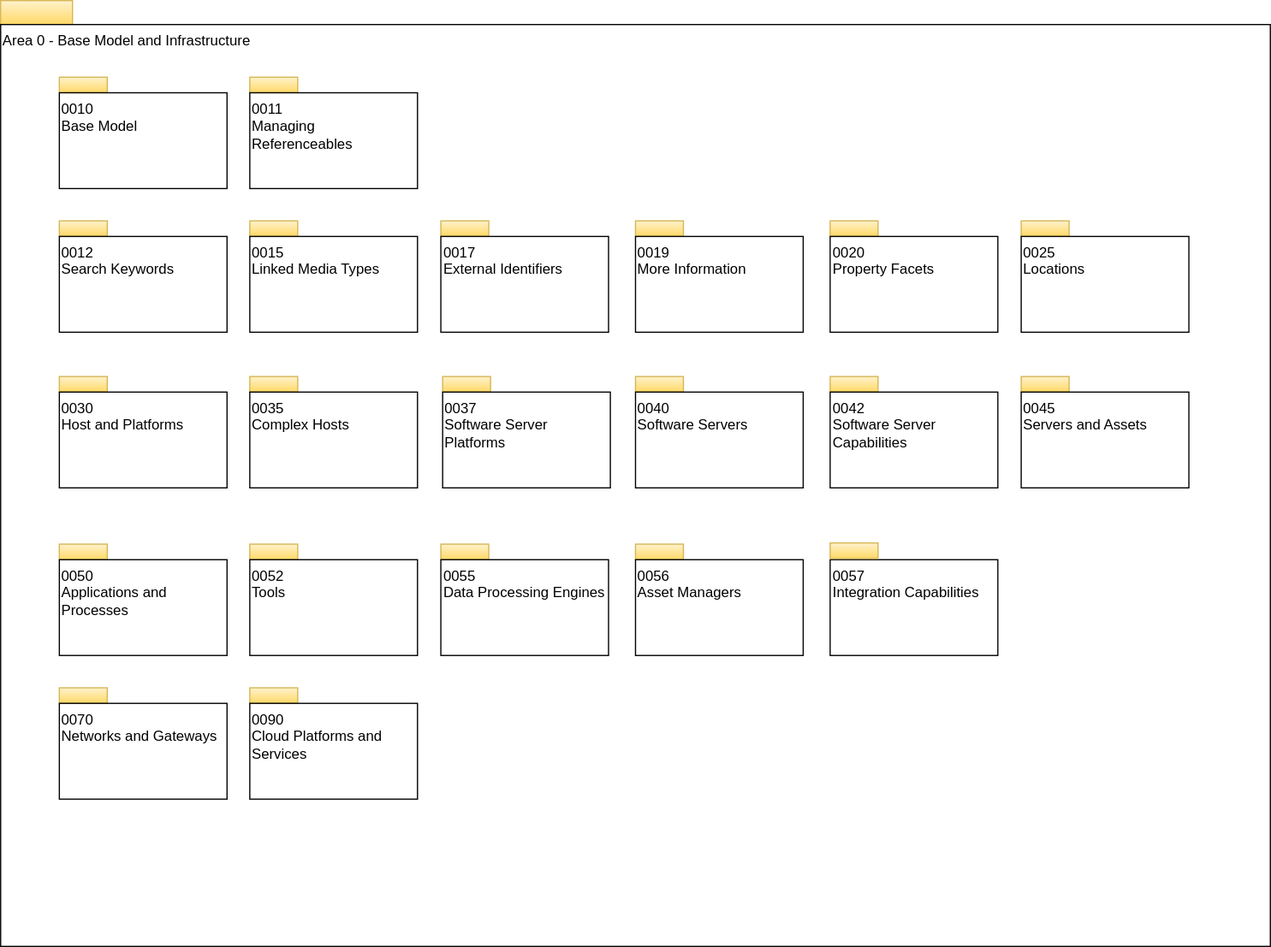
Above: site/docs/types/0/area-0-basic-types-and-infrastructure-overview.svg in odpi/egeria-docs (draw.io), before the change. Source tidied: cells renumbered, new cells last; positions are measured from the earlier drawing's top-left corner, leaving out a move shared by most shapes.
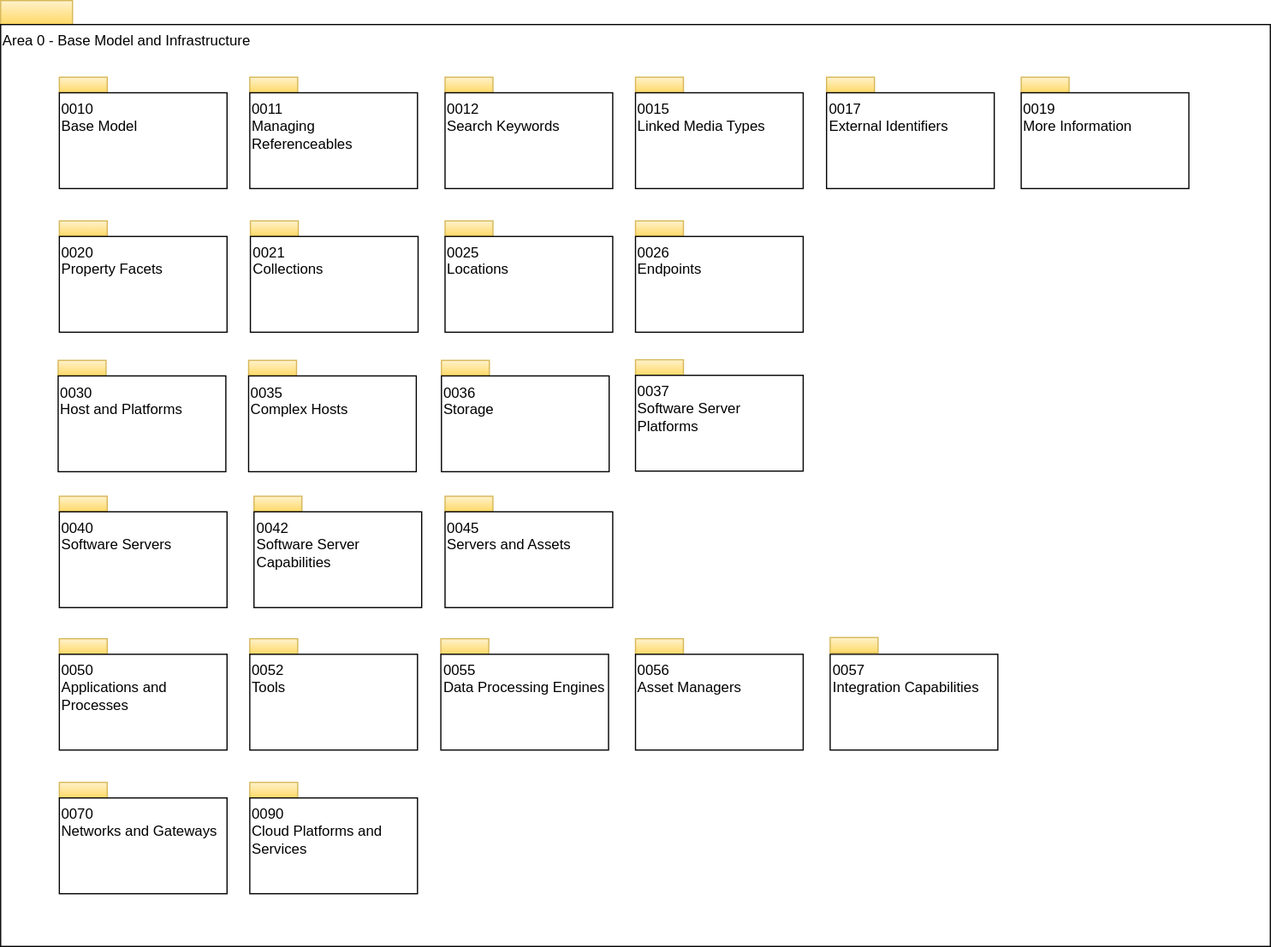
After the change.

What changed in the source:
```diff
@@ -9,112 +9,112 @@
       <mxGeometry y="20" width="1060" height="770" as="geometry" />
     </mxCell>
     <mxCell id="4" style="rounded=0;whiteSpace=wrap;html=1;align=left;fillColor=#fff2cc;strokeColor=#d6b656;gradientColor=#ffd966;" parent="1" vertex="1">
-      <mxGeometry x="49" y="184" width="40" height="13" as="geometry" />
+      <mxGeometry x="371" y="64" width="40" height="13" as="geometry" />
     </mxCell>
     <mxCell id="5" value="0012&lt;br&gt;Search Keywords" style="rounded=0;whiteSpace=wrap;html=1;align=left;verticalAlign=top;" parent="1" vertex="1">
-      <mxGeometry x="49" y="197" width="140" height="80" as="geometry" />
+      <mxGeometry x="371" y="77" width="140" height="80" as="geometry" />
     </mxCell>
     <mxCell id="6" style="rounded=0;whiteSpace=wrap;html=1;align=left;fillColor=#fff2cc;strokeColor=#d6b656;gradientColor=#ffd966;" parent="1" vertex="1">
-      <mxGeometry x="208" y="184" width="40" height="13" as="geometry" />
+      <mxGeometry x="530" y="64" width="40" height="13" as="geometry" />
     </mxCell>
     <mxCell id="7" value="0015&lt;br&gt;Linked Media Types" style="rounded=0;whiteSpace=wrap;html=1;align=left;verticalAlign=top;" parent="1" vertex="1">
-      <mxGeometry x="208" y="197" width="140" height="80" as="geometry" />
+      <mxGeometry x="530" y="77" width="140" height="80" as="geometry" />
     </mxCell>
     <mxCell id="8" style="rounded=0;whiteSpace=wrap;html=1;align=left;fillColor=#fff2cc;strokeColor=#d6b656;gradientColor=#ffd966;" parent="1" vertex="1">
-      <mxGeometry x="367.5" y="184" width="40" height="13" as="geometry" />
+      <mxGeometry x="689.5" y="64" width="40" height="13" as="geometry" />
     </mxCell>
     <mxCell id="9" value="0017&lt;br&gt;External Identifiers&lt;br&gt;" style="rounded=0;whiteSpace=wrap;html=1;align=left;verticalAlign=top;" parent="1" vertex="1">
-      <mxGeometry x="367.5" y="197" width="140" height="80" as="geometry" />
+      <mxGeometry x="689.5" y="77" width="140" height="80" as="geometry" />
     </mxCell>
     <mxCell id="10" style="rounded=0;whiteSpace=wrap;html=1;align=left;fillColor=#fff2cc;strokeColor=#d6b656;gradientColor=#ffd966;" parent="1" vertex="1">
-      <mxGeometry x="692.5" y="184" width="40" height="13" as="geometry" />
+      <mxGeometry x="49" y="184" width="40" height="13" as="geometry" />
     </mxCell>
     <mxCell id="11" value="0020&lt;br&gt;Property Facets&lt;br&gt;" style="rounded=0;whiteSpace=wrap;html=1;align=left;verticalAlign=top;" parent="1" vertex="1">
-      <mxGeometry x="692.5" y="197" width="140" height="80" as="geometry" />
+      <mxGeometry x="49" y="197" width="140" height="80" as="geometry" />
     </mxCell>
     <mxCell id="12" style="rounded=0;whiteSpace=wrap;html=1;align=left;fillColor=#fff2cc;strokeColor=#d6b656;gradientColor=#ffd966;" parent="1" vertex="1">
-      <mxGeometry x="852" y="184" width="40" height="13" as="geometry" />
+      <mxGeometry x="208.5" y="184" width="40" height="13" as="geometry" />
     </mxCell>
-    <mxCell id="13" value="0025&lt;br&gt;Locations&lt;br&gt;" style="rounded=0;whiteSpace=wrap;html=1;align=left;verticalAlign=top;" parent="1" vertex="1">
-      <mxGeometry x="852" y="197" width="140" height="80" as="geometry" />
+    <mxCell id="13" value="0021&lt;br&gt;Collections" style="rounded=0;whiteSpace=wrap;html=1;align=left;verticalAlign=top;" parent="1" vertex="1">
+      <mxGeometry x="208.5" y="197" width="140" height="80" as="geometry" />
     </mxCell>
     <mxCell id="14" style="rounded=0;whiteSpace=wrap;html=1;align=left;fillColor=#fff2cc;strokeColor=#d6b656;gradientColor=#ffd966;" parent="1" vertex="1">
-      <mxGeometry x="49" y="314" width="40" height="13" as="geometry" />
+      <mxGeometry x="48" y="300.5" width="40" height="13" as="geometry" />
     </mxCell>
     <mxCell id="15" value="0030&lt;br&gt;Host and Platforms&lt;br&gt;" style="rounded=0;whiteSpace=wrap;html=1;align=left;verticalAlign=top;" parent="1" vertex="1">
-      <mxGeometry x="49" y="327" width="140" height="80" as="geometry" />
+      <mxGeometry x="48" y="313.5" width="140" height="80" as="geometry" />
     </mxCell>
     <mxCell id="16" style="rounded=0;whiteSpace=wrap;html=1;align=left;fillColor=#fff2cc;strokeColor=#d6b656;gradientColor=#ffd966;" parent="1" vertex="1">
-      <mxGeometry x="208" y="314" width="40" height="13" as="geometry" />
+      <mxGeometry x="207" y="300.5" width="40" height="13" as="geometry" />
     </mxCell>
     <mxCell id="17" value="0035&lt;br&gt;Complex Hosts&lt;br&gt;" style="rounded=0;whiteSpace=wrap;html=1;align=left;verticalAlign=top;" parent="1" vertex="1">
-      <mxGeometry x="208" y="327" width="140" height="80" as="geometry" />
+      <mxGeometry x="207" y="313.5" width="140" height="80" as="geometry" />
     </mxCell>
     <mxCell id="18" style="rounded=0;whiteSpace=wrap;html=1;align=left;fillColor=#fff2cc;strokeColor=#d6b656;gradientColor=#ffd966;" parent="1" vertex="1">
-      <mxGeometry x="530" y="314" width="40" height="13" as="geometry" />
+      <mxGeometry x="49" y="414" width="40" height="13" as="geometry" />
     </mxCell>
     <mxCell id="19" value="0040&lt;br&gt;Software Servers&lt;br&gt;" style="rounded=0;whiteSpace=wrap;html=1;align=left;verticalAlign=top;" parent="1" vertex="1">
-      <mxGeometry x="530" y="327" width="140" height="80" as="geometry" />
+      <mxGeometry x="49" y="427" width="140" height="80" as="geometry" />
     </mxCell>
     <mxCell id="20" style="rounded=0;whiteSpace=wrap;html=1;align=left;fillColor=#fff2cc;strokeColor=#d6b656;gradientColor=#ffd966;" parent="1" vertex="1">
-      <mxGeometry x="692.5" y="314" width="40" height="13" as="geometry" />
+      <mxGeometry x="211.5" y="414" width="40" height="13" as="geometry" />
     </mxCell>
     <mxCell id="21" value="0042&lt;br&gt;Software Server Capabilities&lt;br&gt;" style="rounded=0;whiteSpace=wrap;html=1;align=left;verticalAlign=top;" parent="1" vertex="1">
-      <mxGeometry x="692.5" y="327" width="140" height="80" as="geometry" />
+      <mxGeometry x="211.5" y="427" width="140" height="80" as="geometry" />
     </mxCell>
     <mxCell id="22" style="rounded=0;whiteSpace=wrap;html=1;align=left;fillColor=#fff2cc;strokeColor=#d6b656;gradientColor=#ffd966;" parent="1" vertex="1">
-      <mxGeometry x="49" y="574" width="40" height="13" as="geometry" />
+      <mxGeometry x="49" y="653" width="40" height="13" as="geometry" />
     </mxCell>
     <mxCell id="23" value="0070&lt;br&gt;Networks and Gateways&lt;br&gt;" style="rounded=0;whiteSpace=wrap;html=1;align=left;verticalAlign=top;" parent="1" vertex="1">
-      <mxGeometry x="49" y="587" width="140" height="80" as="geometry" />
+      <mxGeometry x="49" y="666" width="140" height="80" as="geometry" />
     </mxCell>
     <mxCell id="24" style="rounded=0;whiteSpace=wrap;html=1;align=left;fillColor=#fff2cc;strokeColor=#d6b656;gradientColor=#ffd966;" parent="1" vertex="1">
-      <mxGeometry x="208" y="574" width="40" height="13" as="geometry" />
+      <mxGeometry x="208" y="653" width="40" height="13" as="geometry" />
     </mxCell>
     <mxCell id="25" value="0090&lt;br&gt;Cloud Platforms and Services&lt;br&gt;" style="rounded=0;whiteSpace=wrap;html=1;align=left;verticalAlign=top;" parent="1" vertex="1">
-      <mxGeometry x="208" y="587" width="140" height="80" as="geometry" />
+      <mxGeometry x="208" y="666" width="140" height="80" as="geometry" />
     </mxCell>
     <mxCell id="26" style="rounded=0;whiteSpace=wrap;html=1;align=left;fillColor=#fff2cc;strokeColor=#d6b656;gradientColor=#ffd966;" parent="1" vertex="1">
-      <mxGeometry x="49" y="454" width="40" height="13" as="geometry" />
+      <mxGeometry x="49" y="533" width="40" height="13" as="geometry" />
     </mxCell>
     <mxCell id="27" value="0050&lt;br&gt;Applications and&lt;br&gt;Processes&lt;br&gt;" style="rounded=0;whiteSpace=wrap;html=1;align=left;verticalAlign=top;" parent="1" vertex="1">
-      <mxGeometry x="49" y="467" width="140" height="80" as="geometry" />
+      <mxGeometry x="49" y="546" width="140" height="80" as="geometry" />
     </mxCell>
     <mxCell id="28" style="rounded=0;whiteSpace=wrap;html=1;align=left;fillColor=#fff2cc;strokeColor=#d6b656;gradientColor=#ffd966;" parent="1" vertex="1">
-      <mxGeometry x="208" y="454" width="40" height="13" as="geometry" />
+      <mxGeometry x="208" y="533" width="40" height="13" as="geometry" />
     </mxCell>
     <mxCell id="29" value="0052&lt;br&gt;Tools&lt;br&gt;" style="rounded=0;whiteSpace=wrap;html=1;align=left;verticalAlign=top;" parent="1" vertex="1">
-      <mxGeometry x="208" y="467" width="140" height="80" as="geometry" />
+      <mxGeometry x="208" y="546" width="140" height="80" as="geometry" />
     </mxCell>
     <mxCell id="30" style="rounded=0;whiteSpace=wrap;html=1;align=left;fillColor=#fff2cc;strokeColor=#d6b656;gradientColor=#ffd966;" parent="1" vertex="1">
-      <mxGeometry x="367.5" y="454" width="40" height="13" as="geometry" />
+      <mxGeometry x="367.5" y="533" width="40" height="13" as="geometry" />
     </mxCell>
     <mxCell id="31" value="0055&lt;br&gt;Data Processing Engines&lt;br&gt;" style="rounded=0;whiteSpace=wrap;html=1;align=left;verticalAlign=top;" parent="1" vertex="1">
-      <mxGeometry x="367.5" y="467" width="140" height="80" as="geometry" />
+      <mxGeometry x="367.5" y="546" width="140" height="80" as="geometry" />
     </mxCell>
     <mxCell id="32" style="rounded=0;whiteSpace=wrap;html=1;align=left;fillColor=#fff2cc;strokeColor=#d6b656;gradientColor=#ffd966;" parent="1" vertex="1">
-      <mxGeometry x="369" y="314" width="40" height="13" as="geometry" />
+      <mxGeometry x="368" y="300.5" width="40" height="13" as="geometry" />
     </mxCell>
-    <mxCell id="33" value="0037&lt;br&gt;Software Server Platforms" style="rounded=0;whiteSpace=wrap;html=1;align=left;verticalAlign=top;" parent="1" vertex="1">
-      <mxGeometry x="369" y="327" width="140" height="80" as="geometry" />
+    <mxCell id="33" value="0036&lt;br&gt;Storage" style="rounded=0;whiteSpace=wrap;html=1;align=left;verticalAlign=top;" parent="1" vertex="1">
+      <mxGeometry x="368" y="313.5" width="140" height="80" as="geometry" />
     </mxCell>
     <mxCell id="34" style="rounded=0;whiteSpace=wrap;html=1;align=left;fillColor=#fff2cc;strokeColor=#d6b656;gradientColor=#ffd966;" parent="1" vertex="1">
-      <mxGeometry x="852" y="314" width="40" height="13" as="geometry" />
+      <mxGeometry x="371" y="414" width="40" height="13" as="geometry" />
     </mxCell>
     <mxCell id="35" value="0045&lt;br&gt;Servers and Assets&lt;br&gt;" style="rounded=0;whiteSpace=wrap;html=1;align=left;verticalAlign=top;" parent="1" vertex="1">
-      <mxGeometry x="852" y="327" width="140" height="80" as="geometry" />
+      <mxGeometry x="371" y="427" width="140" height="80" as="geometry" />
     </mxCell>
     <mxCell id="36" style="rounded=0;whiteSpace=wrap;html=1;align=left;fillColor=#fff2cc;strokeColor=#d6b656;gradientColor=#ffd966;" parent="1" vertex="1">
-      <mxGeometry x="530" y="184" width="40" height="13" as="geometry" />
+      <mxGeometry x="852" y="64" width="40" height="13" as="geometry" />
     </mxCell>
     <mxCell id="37" value="0019&lt;br&gt;More Information" style="rounded=0;whiteSpace=wrap;html=1;align=left;verticalAlign=top;" parent="1" vertex="1">
-      <mxGeometry x="530" y="197" width="140" height="80" as="geometry" />
+      <mxGeometry x="852" y="77" width="140" height="80" as="geometry" />
     </mxCell>
     <mxCell id="38" style="rounded=0;whiteSpace=wrap;html=1;align=left;fillColor=#fff2cc;strokeColor=#d6b656;gradientColor=#ffd966;" parent="1" vertex="1">
-      <mxGeometry x="530" y="454" width="40" height="13" as="geometry" />
+      <mxGeometry x="530" y="533" width="40" height="13" as="geometry" />
     </mxCell>
     <mxCell id="39" value="0056&lt;br&gt;Asset Managers" style="rounded=0;whiteSpace=wrap;html=1;align=left;verticalAlign=top;" parent="1" vertex="1">
-      <mxGeometry x="530" y="467" width="140" height="80" as="geometry" />
+      <mxGeometry x="530" y="546" width="140" height="80" as="geometry" />
     </mxCell>
     <mxCell id="40" style="rounded=0;whiteSpace=wrap;html=1;align=left;fillColor=#fff2cc;strokeColor=#d6b656;gradientColor=#ffd966;" parent="1" vertex="1">
       <mxGeometry x="49" y="64" width="40" height="13" as="geometry" />
@@ -129,10 +129,28 @@
       <mxGeometry x="208" y="77" width="140" height="80" as="geometry" />
     </mxCell>
     <mxCell id="44" value="0057&lt;br&gt;Integration Capabilities" style="rounded=0;whiteSpace=wrap;html=1;align=left;verticalAlign=top;" parent="1" vertex="1">
-      <mxGeometry x="692.5" y="467" width="140" height="80" as="geometry" />
+      <mxGeometry x="692.5" y="546" width="140" height="80" as="geometry" />
     </mxCell>
     <mxCell id="45" style="rounded=0;whiteSpace=wrap;html=1;align=left;fillColor=#fff2cc;strokeColor=#d6b656;gradientColor=#ffd966;" parent="1" vertex="1">
-      <mxGeometry x="692.5" y="453" width="40" height="13" as="geometry" />
+      <mxGeometry x="692.5" y="532" width="40" height="13" as="geometry" />
     </mxCell>
+    <mxCell id="46" style="rounded=0;whiteSpace=wrap;html=1;align=left;fillColor=#fff2cc;strokeColor=#d6b656;gradientColor=#ffd966;" parent="1" vertex="1">
+      <mxGeometry x="371" y="184" width="40" height="13" as="geometry" />
+    </mxCell>
+    <mxCell id="47" value="0025&lt;br&gt;Locations&lt;br&gt;" style="rounded=0;whiteSpace=wrap;html=1;align=left;verticalAlign=top;" parent="1" vertex="1">
+      <mxGeometry x="371" y="197" width="140" height="80" as="geometry" />
+    </mxCell>
+    <mxCell id="48" style="rounded=0;whiteSpace=wrap;html=1;align=left;fillColor=#fff2cc;strokeColor=#d6b656;gradientColor=#ffd966;" parent="1" vertex="1">
+      <mxGeometry x="530" y="184" width="40" height="13" as="geometry" />
+    </mxCell>
+    <mxCell id="49" value="0026&lt;br&gt;Endpoints" style="rounded=0;whiteSpace=wrap;html=1;align=left;verticalAlign=top;" parent="1" vertex="1">
+      <mxGeometry x="530" y="197" width="140" height="80" as="geometry" />
+    </mxCell>
+    <mxCell id="50" style="rounded=0;whiteSpace=wrap;html=1;align=left;fillColor=#fff2cc;strokeColor=#d6b656;gradientColor=#ffd966;" parent="1" vertex="1">
+      <mxGeometry x="530" y="300" width="40" height="13" as="geometry" />
+    </mxCell>
+    <mxCell id="51" value="0037&lt;br&gt;Software Server Platforms" style="rounded=0;whiteSpace=wrap;html=1;align=left;verticalAlign=top;" parent="1" vertex="1">
+      <mxGeometry x="530" y="313" width="140" height="80" as="geometry" />
+    </mxCell>
   </root>
 </mxGraphModel>
```
